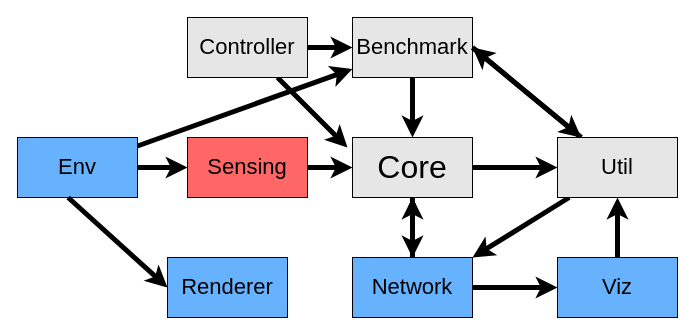
swsamleo/wei_shao.github.io keeps this draw.io diagram as _data/Untitled Diagram.drawio. Above is the earlier version. Source tidied: cells renumbered, new cells numbered last; positions are measured from the earlier drawing's top-left corner, leaving out a move shared by most shapes. Both pictures are drawn from the tidied source at 100%, with x=0, y=0 at pixel (17, 17).
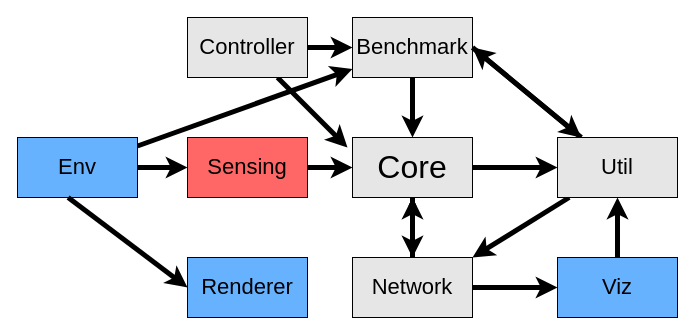
The same page after the edit.

The edit, as a diff of the source:
```diff
@@
-    <mxCell id="13" value="&lt;span style=&quot;font-size: 22px&quot;&gt;Network&lt;/span&gt;" style="rounded=0;whiteSpace=wrap;html=1;shadow=0;glass=0;sketch=0;imageWidth=24;arcSize=12;fillColor=#66B2FF;" parent="1" vertex="1">
+    <mxCell id="13" value="&lt;span style=&quot;font-size: 22px&quot;&gt;Network&lt;/span&gt;" style="rounded=0;whiteSpace=wrap;html=1;shadow=0;glass=0;sketch=0;imageWidth=24;arcSize=12;fillColor=#E6E6E6;" parent="1" vertex="1">
       <mxGeometry x="335" y="240" width="120" height="60" as="geometry" />
     </mxCell>
     <mxCell id="14" value="&lt;span style=&quot;font-size: 22px&quot;&gt;Renderer&lt;/span&gt;" style="rounded=0;whiteSpace=wrap;html=1;shadow=0;glass=0;sketch=0;imageWidth=24;arcSize=12;fillColor=#66B2FF;" parent="1" vertex="1">
-      <mxGeometry x="150" y="240" width="120" height="60" as="geometry" />
+      <mxGeometry x="170" y="240" width="120" height="60" as="geometry" />
     </mxCell>
```
